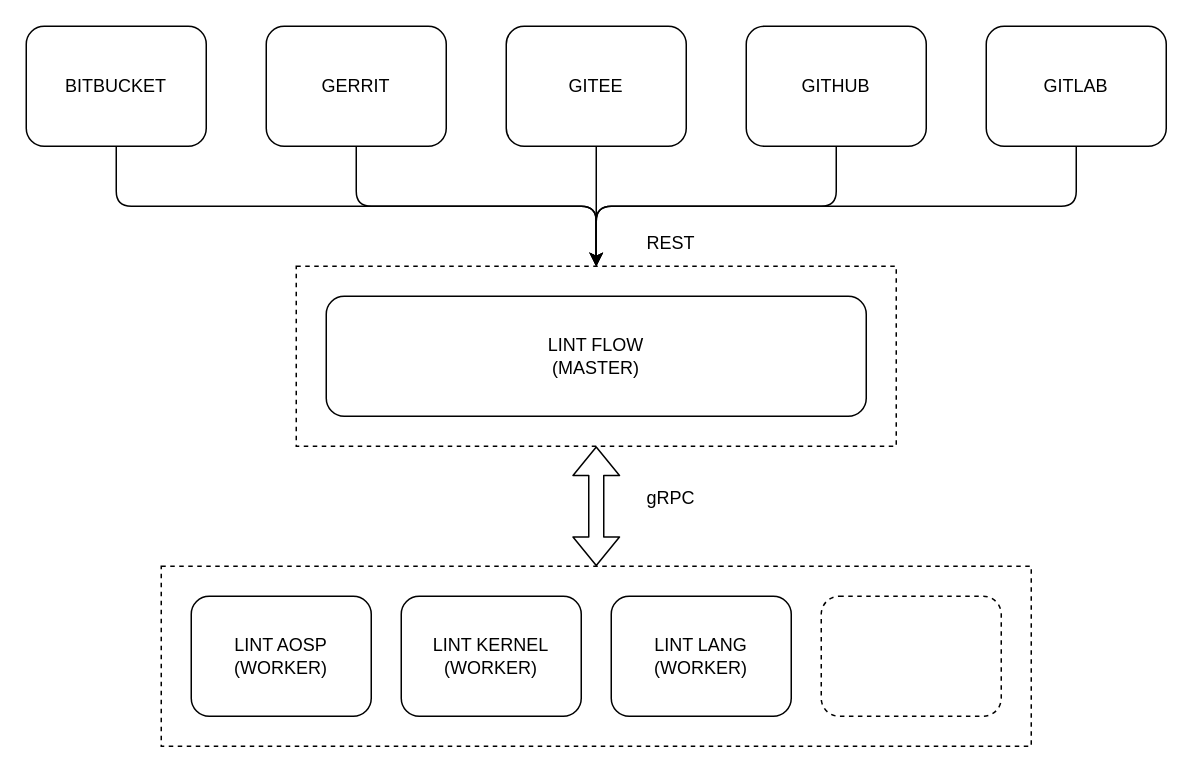
Earlier version of the draw.io diagram design.drawio (devops-lintflow/lintwork). Source tidied: cells renumbered, new cells numbered last; positions are measured from the earlier drawing's top-left corner, leaving out a move shared by most shapes. Both pictures are drawn from the tidied source at 150%, with x=0, y=0 at pixel (26, 26).
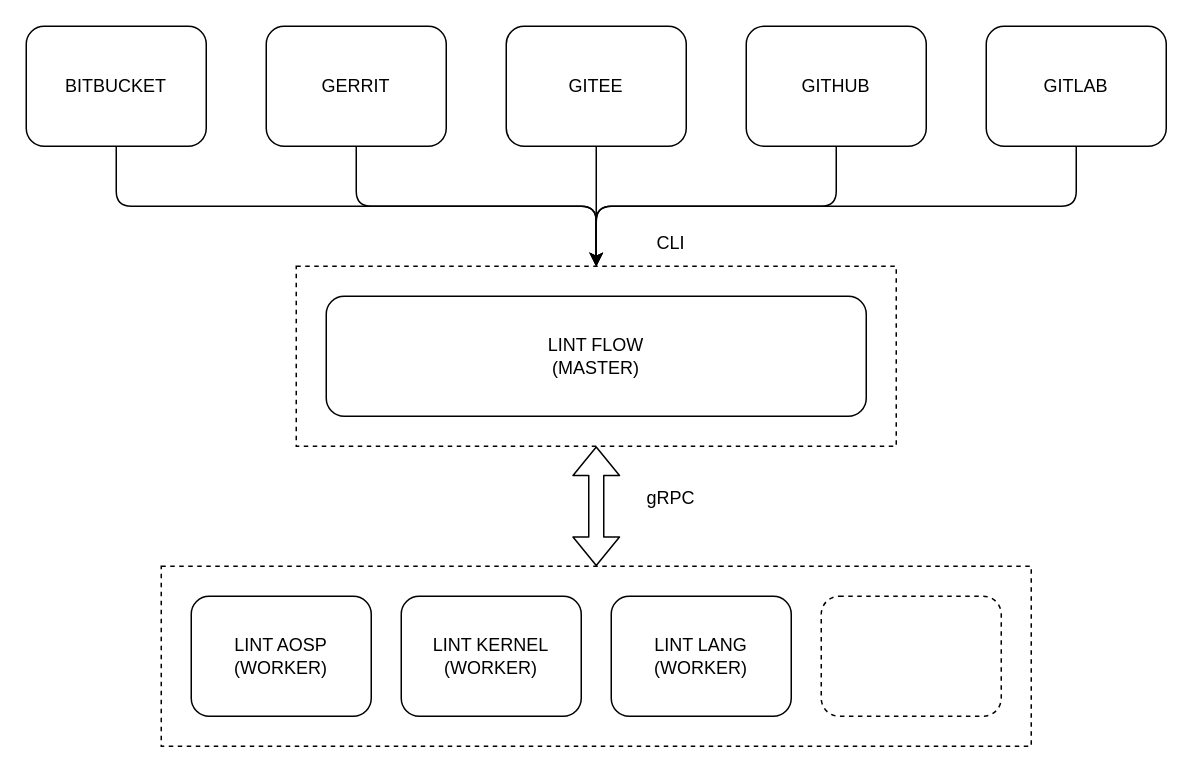
The same diagram, later.

Change to the diagram source:
```diff
@@
-    <mxCell id="17" value="REST" style="text;html=1;strokeColor=none;fillColor=none;align=center;verticalAlign=middle;whiteSpace=wrap;rounded=0;" parent="1" vertex="1">
+    <mxCell id="17" value="CLI" style="text;html=1;strokeColor=none;fillColor=none;align=center;verticalAlign=middle;whiteSpace=wrap;rounded=0;" parent="1" vertex="1">
       <mxGeometry x="390" y="130" width="80" height="30" as="geometry" />
     </mxCell>
```
